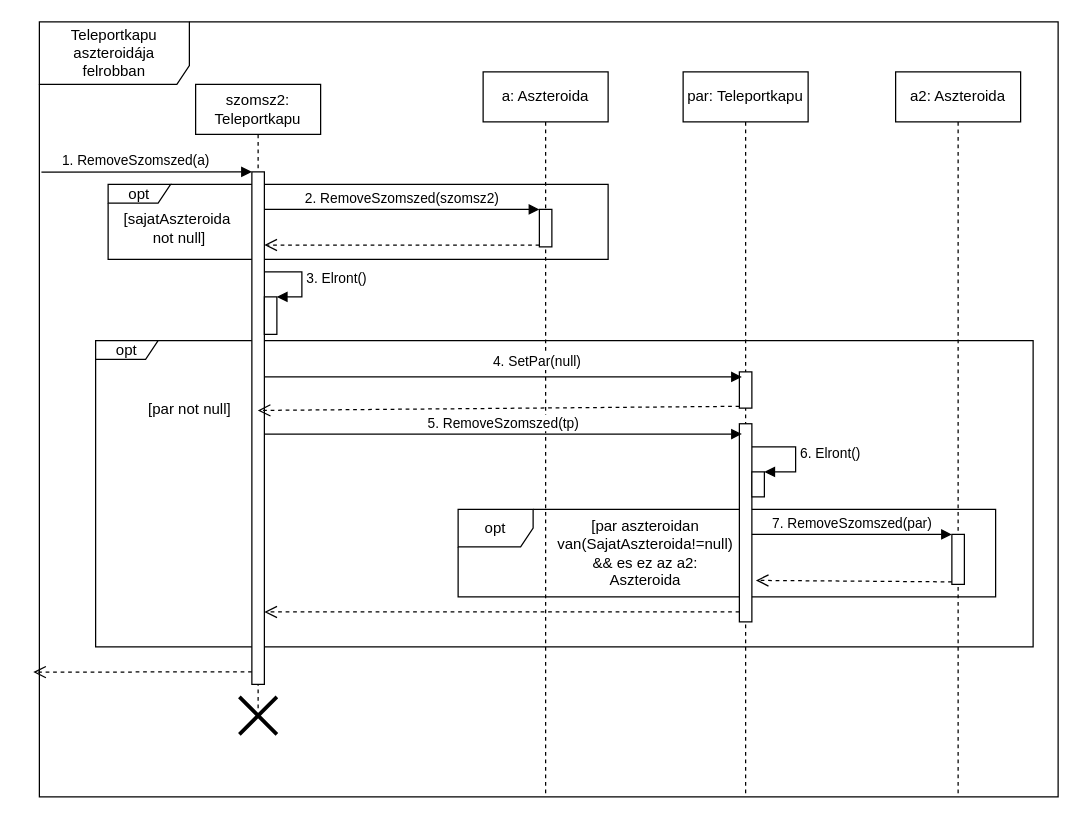
torpeBoiGo/aszteroidabanyaszat keeps this draw.io diagram as page "uran - kapu robban" (6 of 7) of doc/szekvencia/szek_TelepesFur.drawio. Above is the earlier version. Source tidied: cells renumbered, new cells numbered last; positions are measured from the earlier drawing's top-left corner, leaving out a move shared by most shapes. Both pictures are drawn from the tidied source at 125%, with x=0, y=0 at pixel (39, 21).
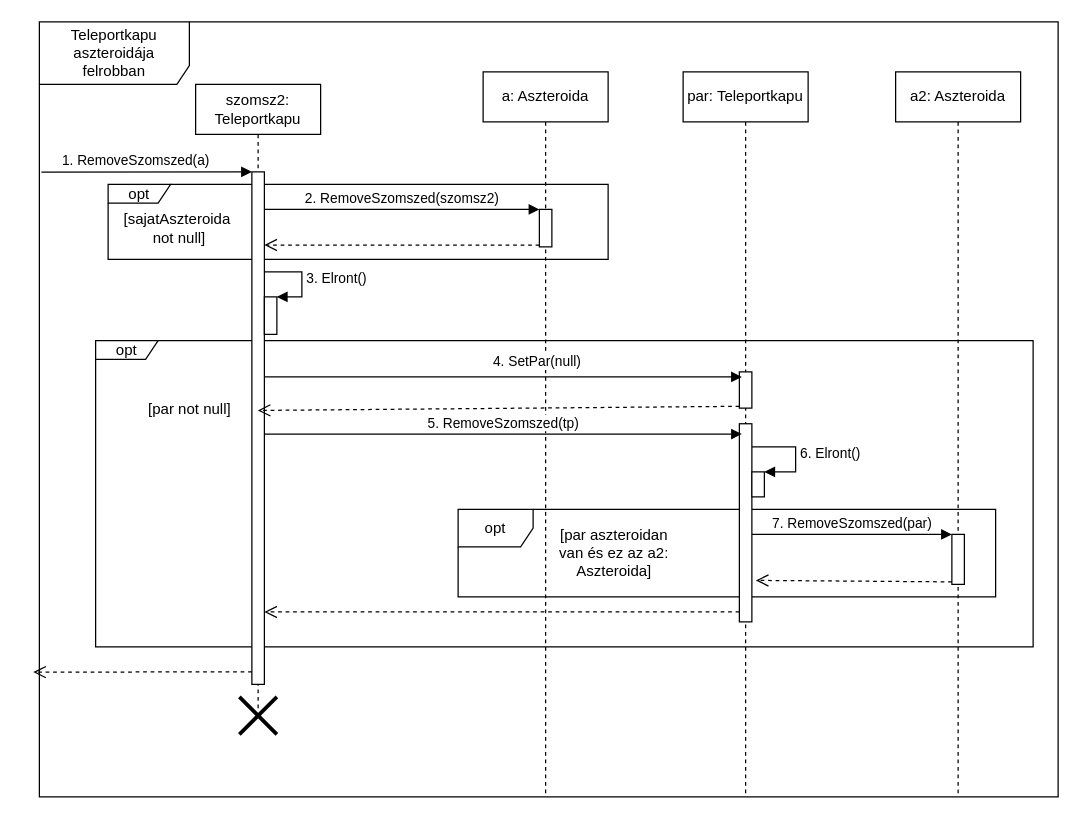
The same diagram, later.

Commit message:
Update szek_TelepesFur.drawio: felt javitas

The edit, as a diff of the source:
```diff
@@
-    <mxCell id="31" value="[par aszteroidan van(SajatAszteroida!=null) &amp;amp;&amp;amp; es ez az a2: Aszteroida" style="text;html=1;strokeColor=none;fillColor=none;align=center;verticalAlign=middle;whiteSpace=wrap;rounded=0;" parent="1" vertex="1">
-      <mxGeometry x="455" y="415" width="60" height="20" as="geometry" />
+    <mxCell id="31" value="[par aszteroidan van és ez az a2: Aszteroida]" style="text;html=1;strokeColor=none;fillColor=none;align=center;verticalAlign=middle;whiteSpace=wrap;rounded=0;" parent="1" vertex="1">
+      <mxGeometry x="405" y="415" width="110" height="20" as="geometry" />
     </mxCell>
```
